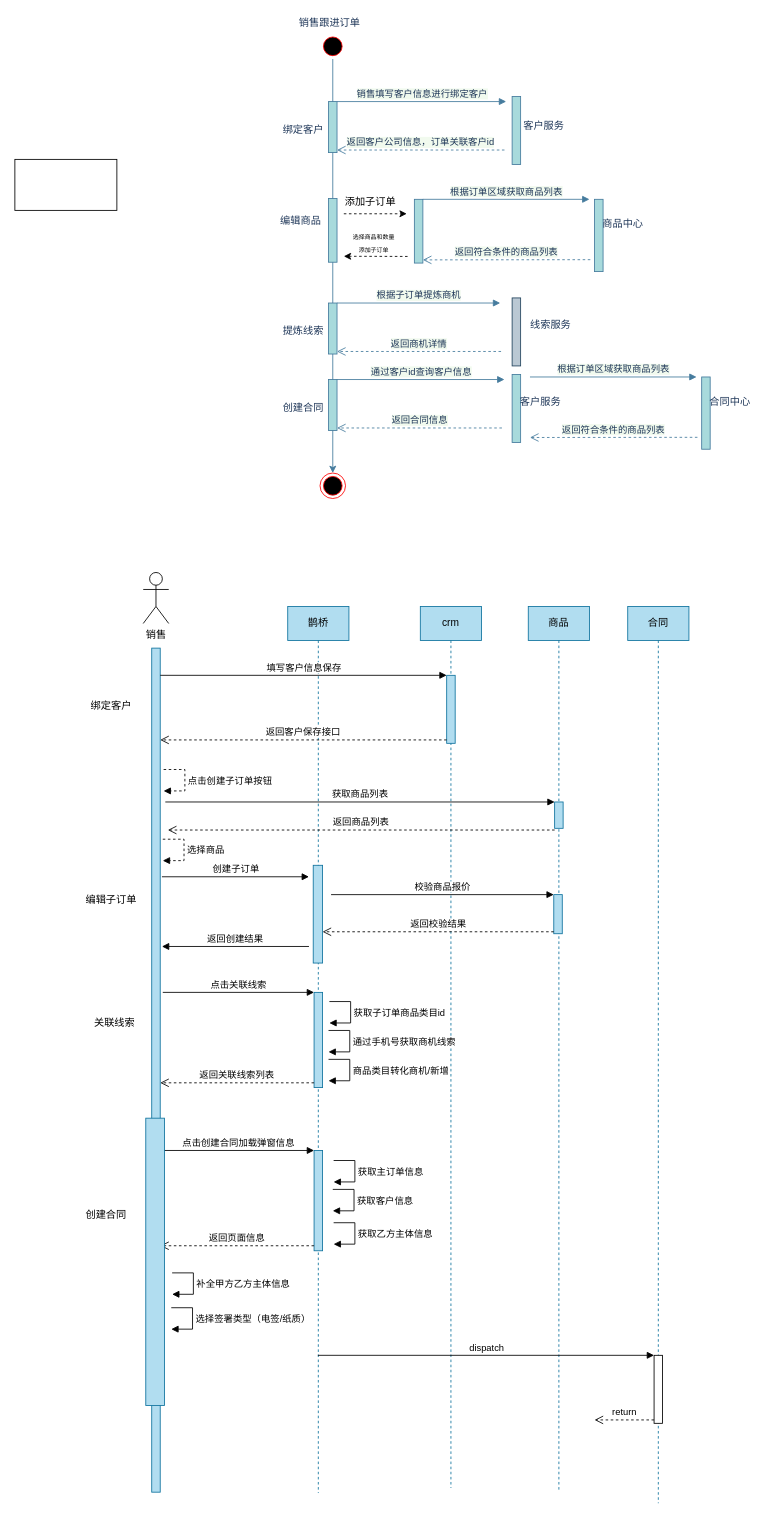
This is 鹊桥应用时序图.drawio from zhaoershuang/flow-chart, a draw.io file, before an edit. Source tidied: cells renumbered, new cells numbered last; positions are measured from the earlier drawing's top-left corner, leaving out a move shared by most shapes. Both pictures are drawn from the tidied source at 85%, with x=0, y=0 at pixel (14, 14).
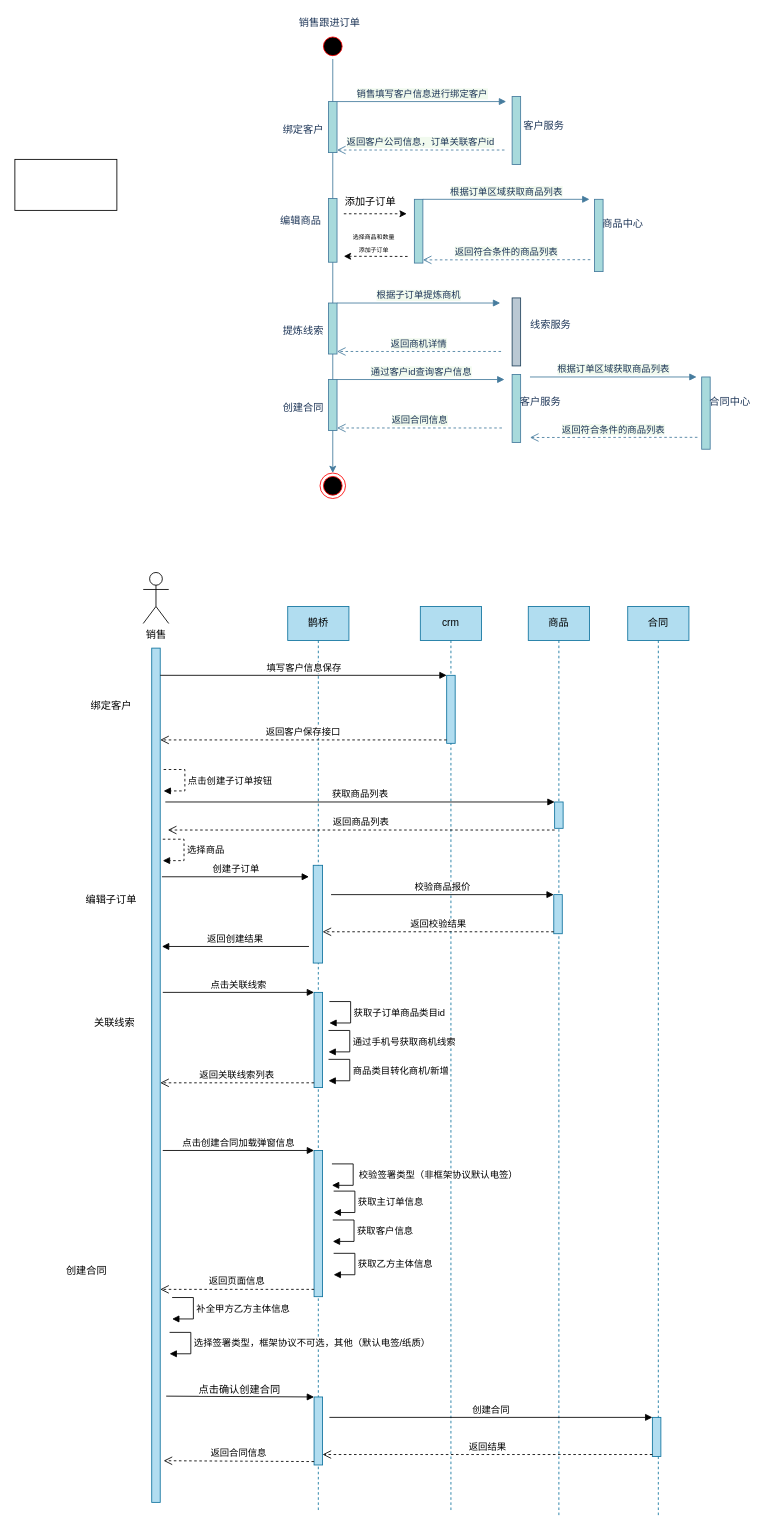
The same diagram, later.

Commit message:
更新鹊桥应用时序图.drawio

Diff of the diagram source:
```diff
@@
     <mxCell id="41" style="html=1;points=[];perimeter=orthogonalPerimeter;fillColor=#b1ddf0;strokeColor=#10739e;" parent="1" vertex="1">
-      <mxGeometry x="161" y="745" width="10" height="993" as="geometry" />
+      <mxGeometry x="161" y="745" width="10" height="1005" as="geometry" />
     </mxCell>
     <mxCell id="42" value="鹊桥" style="shape=umlLifeline;perimeter=lifelinePerimeter;whiteSpace=wrap;html=1;outlineConnect=0;fillColor=#b1ddf0;strokeColor=#10739e;" parent="1" vertex="1">
-      <mxGeometry x="321" y="696" width="72" height="1043" as="geometry" />
+      <mxGeometry x="321" y="696" width="72" height="1066" as="geometry" />
     </mxCell>
@@
     <mxCell id="46" style="html=1;points=[];perimeter=orthogonalPerimeter;fillColor=#b1ddf0;strokeColor=#10739e;" parent="42" vertex="1">
-      <mxGeometry x="31" y="640" width="10" height="118" as="geometry" />
+      <mxGeometry x="31" y="640" width="10" height="172" as="geometry" />
     </mxCell>
@@
+    <mxCell id="57" style="html=1;points=[];perimeter=orthogonalPerimeter;fillColor=#b1ddf0;strokeColor=#10739e;" parent="42" vertex="1">
+      <mxGeometry x="31" y="930" width="10" height="80" as="geometry" />
+    </mxCell>
     <mxCell id="48" value="crm" style="shape=umlLifeline;perimeter=lifelinePerimeter;whiteSpace=wrap;html=1;fillColor=#b1ddf0;strokeColor=#10739e;" parent="1" vertex="1">
-      <mxGeometry x="477" y="696" width="72" height="1037" as="geometry" />
+      <mxGeometry x="477" y="696" width="72" height="1064" as="geometry" />
     </mxCell>
@@
     <mxCell id="50" value="商品" style="shape=umlLifeline;perimeter=lifelinePerimeter;whiteSpace=wrap;html=1;fillColor=#b1ddf0;strokeColor=#10739e;" parent="1" vertex="1">
-      <mxGeometry x="604" y="696" width="72" height="1042" as="geometry" />
+      <mxGeometry x="604" y="696" width="72" height="1070" as="geometry" />
     </mxCell>
@@
     <mxCell id="56" value="合同" style="shape=umlLifeline;perimeter=lifelinePerimeter;whiteSpace=wrap;html=1;fillColor=#b1ddf0;strokeColor=#10739e;" parent="1" vertex="1">
-      <mxGeometry x="721" y="696" width="72" height="1055" as="geometry" />
+      <mxGeometry x="721" y="696" width="72" height="1071" as="geometry" />
     </mxCell>
-    <mxCell id="57" style="html=1;points=[];perimeter=orthogonalPerimeter;" parent="56" vertex="1">
-      <mxGeometry x="31" y="881" width="10" height="80" as="geometry" />
-    </mxCell>
-    <mxCell id="58" value="return" style="html=1;verticalAlign=bottom;endArrow=open;dashed=1;endSize=8;exitX=0;exitY=0.95;" parent="56" edge="1" source="57">
+    <mxCell id="58" value="返回合同信息" style="html=1;verticalAlign=bottom;endArrow=open;dashed=1;endSize=8;exitX=0;exitY=0.95;" parent="56" edge="1" source="57">
       <mxGeometry relative="1" as="geometry">
-        <mxPoint x="-39" y="957" as="targetPoint" />
+        <mxPoint x="-546" y="1005" as="targetPoint" />
       </mxGeometry>
     </mxCell>
+    <mxCell id="82" style="html=1;points=[];perimeter=orthogonalPerimeter;fillColor=#b1ddf0;strokeColor=#10739e;" parent="56" vertex="1">
+      <mxGeometry x="29" y="954" width="10" height="46" as="geometry" />
+    </mxCell>
@@
     <mxCell id="73" value="创建合同" style="text;html=1;align=center;verticalAlign=middle;" parent="1" vertex="1">
-      <mxGeometry x="78" y="1403" width="58" height="18" as="geometry" />
+      <mxGeometry x="55" y="1469" width="58" height="18" as="geometry" />
     </mxCell>
@@
     <mxCell id="75" value="获取主订单信息" style="edgeStyle=orthogonalEdgeStyle;html=1;align=left;spacingLeft=2;endArrow=block;rounded=0;entryX=0.1;entryY=0.33;entryDx=0;entryDy=0;entryPerimeter=0;exitX=0.1;exitY=0.33;exitDx=0;exitDy=0;exitPerimeter=0;" parent="1" edge="1">
       <mxGeometry relative="1" as="geometry">
-        <mxPoint x="375" y="1347.8" as="sourcePoint" />
-        <mxPoint x="375" y="1373" as="targetPoint" />
+        <mxPoint x="375" y="1383.8" as="sourcePoint" />
+        <mxPoint x="375" y="1409" as="targetPoint" />
         <Array as="points">
-          <mxPoint x="400" y="1348" />
-          <mxPoint x="400" y="1373" />
+          <mxPoint x="400" y="1384" />
+          <mxPoint x="400" y="1409" />
         </Array>
       </mxGeometry>
     </mxCell>
     <mxCell id="76" value="获取客户信息" style="edgeStyle=orthogonalEdgeStyle;html=1;align=left;spacingLeft=2;endArrow=block;rounded=0;entryX=0.1;entryY=0.33;entryDx=0;entryDy=0;entryPerimeter=0;exitX=0.1;exitY=0.33;exitDx=0;exitDy=0;exitPerimeter=0;" parent="1" edge="1">
       <mxGeometry relative="1" as="geometry">
-        <mxPoint x="374" y="1381.8" as="sourcePoint" />
-        <mxPoint x="374" y="1407" as="targetPoint" />
+        <mxPoint x="374" y="1417.8" as="sourcePoint" />
+        <mxPoint x="374" y="1443" as="targetPoint" />
         <Array as="points">
-          <mxPoint x="399" y="1382" />
-          <mxPoint x="399" y="1407" />
+          <mxPoint x="399" y="1418" />
+          <mxPoint x="399" y="1443" />
         </Array>
       </mxGeometry>
     </mxCell>
-    <mxCell id="77" value="选择签署类型（电签/纸质）" style="edgeStyle=orthogonalEdgeStyle;html=1;align=left;spacingLeft=2;endArrow=block;rounded=0;entryX=0.1;entryY=0.33;entryDx=0;entryDy=0;entryPerimeter=0;exitX=0.1;exitY=0.33;exitDx=0;exitDy=0;exitPerimeter=0;" parent="1" edge="1">
+    <mxCell id="77" value="选择签署类型，框架协议不可选，其他（默认电签/纸质）" style="edgeStyle=orthogonalEdgeStyle;html=1;align=left;spacingLeft=2;endArrow=block;rounded=0;entryX=0.1;entryY=0.33;entryDx=0;entryDy=0;entryPerimeter=0;exitX=0.1;exitY=0.33;exitDx=0;exitDy=0;exitPerimeter=0;" parent="1" edge="1">
       <mxGeometry relative="1" as="geometry">
-        <mxPoint x="184" y="1521" as="sourcePoint" />
-        <mxPoint x="184" y="1546.2" as="targetPoint" />
+        <mxPoint x="182" y="1550" as="sourcePoint" />
+        <mxPoint x="182" y="1575.2" as="targetPoint" />
         <Array as="points">
-          <mxPoint x="209" y="1521.2" />
-          <mxPoint x="209" y="1546.2" />
+          <mxPoint x="207" y="1550.2" />
+          <mxPoint x="207" y="1575.2" />
         </Array>
       </mxGeometry>
     </mxCell>
     <mxCell id="78" value="获取乙方主体信息" style="edgeStyle=orthogonalEdgeStyle;html=1;align=left;spacingLeft=2;endArrow=block;rounded=0;entryX=0.1;entryY=0.33;entryDx=0;entryDy=0;entryPerimeter=0;exitX=0.1;exitY=0.33;exitDx=0;exitDy=0;exitPerimeter=0;" parent="1" edge="1">
       <mxGeometry relative="1" as="geometry">
-        <mxPoint x="375" y="1421" as="sourcePoint" />
-        <mxPoint x="375" y="1446.2" as="targetPoint" />
+        <mxPoint x="375" y="1457" as="sourcePoint" />
+        <mxPoint x="375" y="1482.2" as="targetPoint" />
         <Array as="points">
-          <mxPoint x="400" y="1421.2" />
-          <mxPoint x="400" y="1446.2" />
+          <mxPoint x="400" y="1457.2" />
+          <mxPoint x="400" y="1482.2" />
         </Array>
       </mxGeometry>
     </mxCell>
     <mxCell id="79" value="补全甲方乙方主体信息" style="edgeStyle=orthogonalEdgeStyle;html=1;align=left;spacingLeft=2;endArrow=block;rounded=0;entryX=0.1;entryY=0.33;entryDx=0;entryDy=0;entryPerimeter=0;exitX=0.1;exitY=0.33;exitDx=0;exitDy=0;exitPerimeter=0;" parent="1" edge="1">
       <mxGeometry relative="1" as="geometry">
-        <mxPoint x="185" y="1480" as="sourcePoint" />
-        <mxPoint x="185" y="1505.2" as="targetPoint" />
+        <mxPoint x="185" y="1509" as="sourcePoint" />
+        <mxPoint x="185" y="1534.2" as="targetPoint" />
         <Array as="points">
-          <mxPoint x="210" y="1480.2" />
-          <mxPoint x="210" y="1505.2" />
+          <mxPoint x="210" y="1509.2" />
+          <mxPoint x="210" y="1534.2" />
         </Array>
       </mxGeometry>
     </mxCell>
-    <mxCell id="80" style="html=1;perimeter=orthogonalPerimeter;fillColor=#b1ddf0;strokeColor=#10739e;" parent="1" vertex="1">
-      <mxGeometry x="154" y="1298" width="22" height="338" as="geometry" />
-    </mxCell>
-    <mxCell id="81" value="dispatch" style="html=1;verticalAlign=bottom;endArrow=block;entryX=0;entryY=0;" parent="1" edge="1" source="42" target="57">
-      <mxGeometry relative="1" as="geometry" />
+    <mxCell id="81" style="html=1;verticalAlign=bottom;endArrow=block;entryX=0;entryY=0;" parent="1" edge="1" target="57">
+      <mxGeometry relative="1" as="geometry">
+        <mxPoint x="178" y="1625" as="sourcePoint" />
+      </mxGeometry>
     </mxCell>
+    <mxCell id="83" value="&lt;span style=&quot;background-color: rgb(255 , 255 , 255)&quot;&gt;点击确认创建合同&lt;/span&gt;" style="text;html=1;align=center;verticalAlign=middle;" parent="1" vertex="1">
+      <mxGeometry x="211" y="1609" width="106" height="18" as="geometry" />
+    </mxCell>
+    <mxCell id="84" value="返回结果" style="html=1;verticalAlign=bottom;endArrow=open;dashed=1;endSize=8;exitX=0;exitY=0.95;" parent="1" edge="1" source="82">
+      <mxGeometry relative="1" as="geometry">
+        <mxPoint x="362" y="1693.7" as="targetPoint" />
+      </mxGeometry>
+    </mxCell>
+    <mxCell id="85" value="创建合同" style="html=1;verticalAlign=bottom;endArrow=block;entryX=0;entryY=0;" parent="1" edge="1" target="82">
+      <mxGeometry relative="1" as="geometry">
+        <mxPoint x="370" y="1650" as="sourcePoint" />
+      </mxGeometry>
+    </mxCell>
+    <mxCell id="86" value="&amp;nbsp;校验签署类型（非框架协议默认电签）" style="edgeStyle=orthogonalEdgeStyle;html=1;align=left;spacingLeft=2;endArrow=block;rounded=0;entryX=0.1;entryY=0.33;entryDx=0;entryDy=0;entryPerimeter=0;exitX=0.1;exitY=0.33;exitDx=0;exitDy=0;exitPerimeter=0;" parent="1" edge="1">
+      <mxGeometry relative="1" as="geometry">
+        <mxPoint x="373" y="1351.8" as="sourcePoint" />
+        <mxPoint x="373" y="1377" as="targetPoint" />
+        <Array as="points">
+          <mxPoint x="398" y="1352" />
+          <mxPoint x="398" y="1377" />
+        </Array>
+      </mxGeometry>
+    </mxCell>
```
